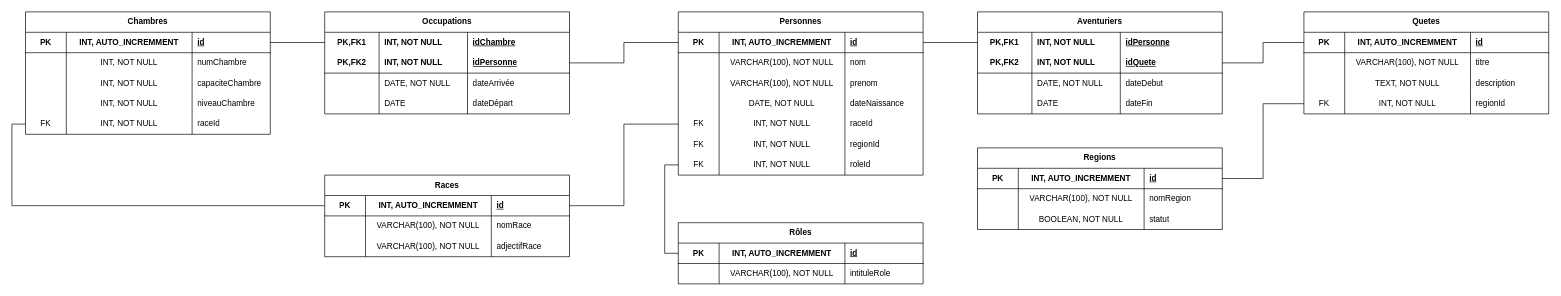
This is page "mpd" (3 of 3) of fondcombe-merise.drawio from Quentinc63/Fondcombe, a draw.io file, before an edit. Source tidied: cells renumbered, new cells numbered last; positions are measured from the earlier drawing's top-left corner, leaving out a move shared by most shapes. Both pictures are drawn from the tidied source at 68%, with x=0, y=0 at pixel (25, 12).
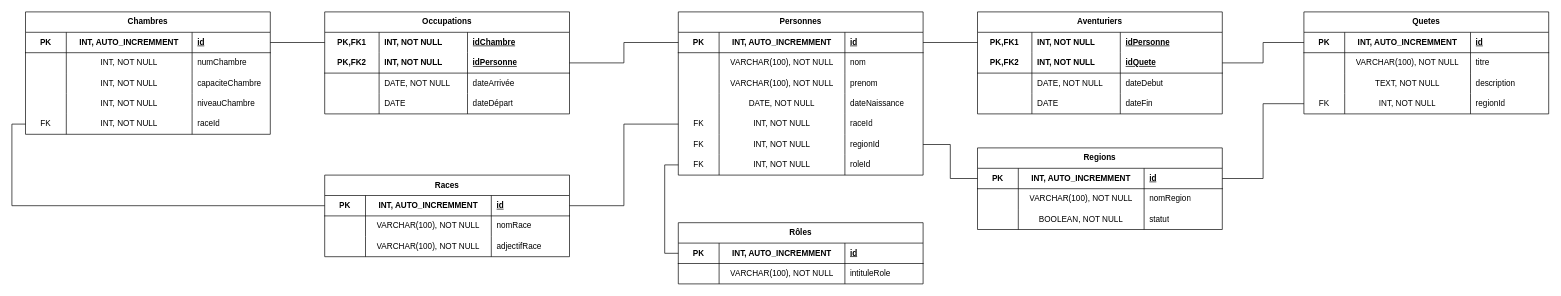
Above is the later version.

Commit message:
fix: merise mpd link Personnes Regions

Unchanged cells that the change refers to:
```xml
<mxCell id="85" style="shape=tableRow;horizontal=0;startSize=0;swimlaneHead=0;swimlaneBody=0;fillColor=none;points=[[0,0.5],[1,0.5]];portConstraint=eastwest;top=0;left=0;right=0;bottom=0;html=1;" parent="64" vertex="1">
  <mxGeometry y="180" width="360" height="30" as="geometry" />
</mxCell>
<mxCell id="133" style="shape=tableRow;horizontal=0;startSize=0;swimlaneHead=0;swimlaneBody=0;fillColor=none;points=[[0,0.5],[1,0.5]];portConstraint=eastwest;top=0;left=0;right=0;bottom=1;html=1;" parent="132" vertex="1">
  <mxGeometry y="30" width="360" height="30" as="geometry" />
</mxCell>
```

Diff of the diagram source:
```diff
@@
+    <mxCell id="146" style="edgeStyle=orthogonalEdgeStyle;rounded=0;jettySize=auto;html=1;exitX=1;exitY=0.5;exitDx=0;exitDy=0;entryX=0;entryY=0.5;entryDx=0;entryDy=0;endArrow=none;startFill=0;" parent="1" edge="1" source="85" target="133">
+      <mxGeometry relative="1" as="geometry" />
+    </mxCell>
```
